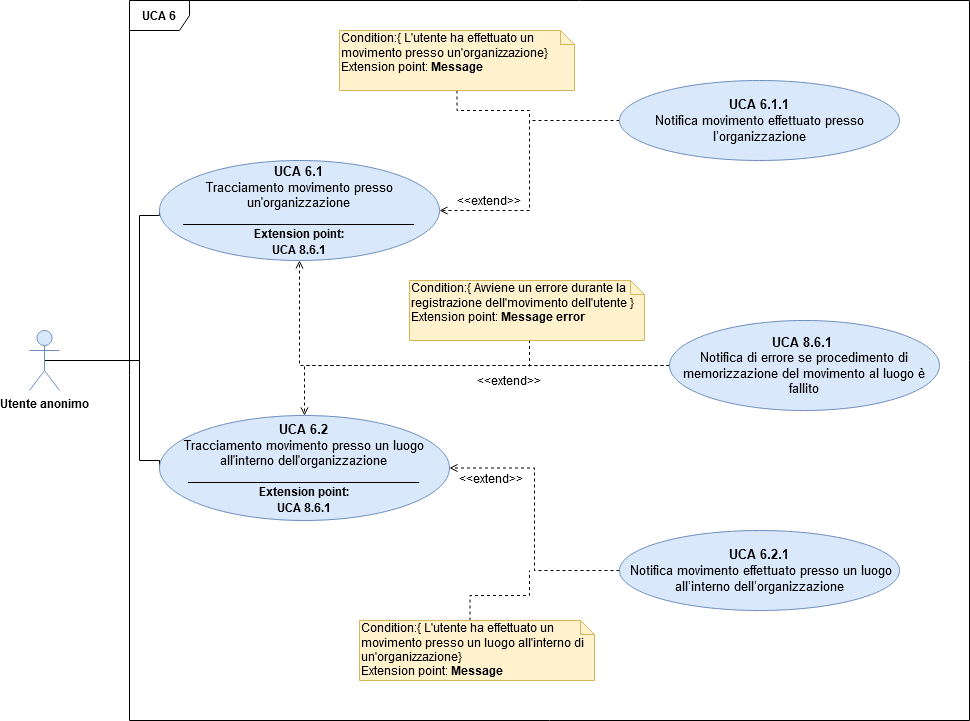
qb-team/Stalker-Documentazione keeps this draw.io diagram as DocumentazioneEsterna/AnalisiDeiRequisiti/Sezioni/UseCase/Immagini/UCA6.png. Above is the earlier version. Source tidied: cells renumbered, new cells last; positions are measured from the earlier drawing's top-left corner, leaving out a move shared by most shapes.
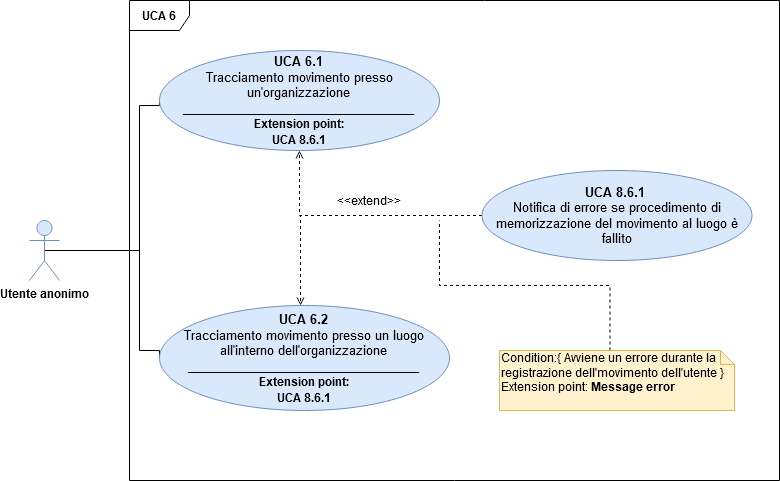
Above is the later version.

Diff of the diagram source:
```diff
@@ -3,87 +3,54 @@
     <mxCell id="0" />
     <mxCell id="1" parent="0" />
     <mxCell id="2" value="&lt;b&gt;UCA 6&lt;/b&gt;" style="shape=umlFrame;whiteSpace=wrap;html=1;" parent="1" vertex="1">
-      <mxGeometry x="100" width="840" height="720" as="geometry" />
+      <mxGeometry x="-990" y="160" width="650" height="480" as="geometry" />
     </mxCell>
     <mxCell id="3" style="edgeStyle=orthogonalEdgeStyle;rounded=0;jettySize=auto;html=1;exitX=0.5;exitY=0.5;exitDx=0;exitDy=0;exitPerimeter=0;entryX=0;entryY=0.5;entryDx=0;entryDy=0;endArrow=none;endFill=0;" parent="1" edge="1" source="5" target="12">
       <mxGeometry relative="1" as="geometry">
         <Array as="points">
-          <mxPoint x="110" y="360" />
-          <mxPoint x="110" y="215" />
+          <mxPoint x="-980" y="410" />
+          <mxPoint x="-980" y="265" />
         </Array>
       </mxGeometry>
     </mxCell>
     <mxCell id="4" style="edgeStyle=orthogonalEdgeStyle;rounded=0;jettySize=auto;html=1;exitX=0.5;exitY=0.5;exitDx=0;exitDy=0;exitPerimeter=0;entryX=0;entryY=0.5;entryDx=0;entryDy=0;endArrow=none;endFill=0;" parent="1" edge="1" source="5" target="13">
       <mxGeometry relative="1" as="geometry">
         <Array as="points">
-          <mxPoint x="110" y="360" />
-          <mxPoint x="110" y="460" />
+          <mxPoint x="-980" y="410" />
+          <mxPoint x="-980" y="510" />
         </Array>
       </mxGeometry>
     </mxCell>
     <mxCell id="5" value="&lt;b&gt;Utente anonimo&lt;br&gt;&lt;/b&gt;" style="shape=umlActor;verticalLabelPosition=bottom;labelBackgroundColor=#ffffff;verticalAlign=top;html=1;outlineConnect=0;fillColor=#dae8fc;strokeColor=#6c8ebf;" parent="1" vertex="1">
-      <mxGeometry y="330" width="30" height="60" as="geometry" />
+      <mxGeometry x="-1090" y="380" width="30" height="60" as="geometry" />
     </mxCell>
     <mxCell id="6" style="edgeStyle=orthogonalEdgeStyle;rounded=0;jettySize=auto;html=1;exitX=0;exitY=0.5;exitDx=0;exitDy=0;entryX=0.5;entryY=1;entryDx=0;entryDy=0;endArrow=open;endFill=0;dashed=1;" parent="1" edge="1" source="8" target="12">
       <mxGeometry relative="1" as="geometry" />
     </mxCell>
-    <mxCell id="7" style="edgeStyle=orthogonalEdgeStyle;rounded=0;jettySize=auto;html=1;exitX=0;exitY=0.5;exitDx=0;exitDy=0;entryX=0.5;entryY=0;entryDx=0;entryDy=0;dashed=1;endArrow=open;endFill=0;" parent="1" edge="1" source="8" target="13">
-      <mxGeometry relative="1" as="geometry" />
+    <mxCell id="7" style="edgeStyle=orthogonalEdgeStyle;rounded=0;jettySize=auto;html=1;exitX=0;exitY=0.5;exitDx=0;exitDy=0;entryX=0.5;entryY=0;entryDx=0;entryDy=0;dashed=1;endArrow=open;endFill=0;" parent="1" edge="1" source="8">
+      <mxGeometry relative="1" as="geometry">
+        <mxPoint x="-819" y="465" as="targetPoint" />
+      </mxGeometry>
     </mxCell>
     <mxCell id="8" value="&lt;font style=&quot;font-size: 13px&quot;&gt;&lt;b&gt;UCA 8.6.1&amp;nbsp;&lt;/b&gt;&lt;br&gt;Notifica di errore se procedimento di memorizzazione del movimento al luogo è fallito&lt;/font&gt;" style="ellipse;whiteSpace=wrap;html=1;fillColor=#dae8fc;strokeColor=#6c8ebf;" parent="1" vertex="1">
-      <mxGeometry x="640" y="320" width="270" height="90" as="geometry" />
+      <mxGeometry x="-637.5" y="330" width="270" height="90" as="geometry" />
     </mxCell>
-    <mxCell id="9" style="edgeStyle=orthogonalEdgeStyle;rounded=0;orthogonalLoop=1;jettySize=auto;html=1;exitX=0.5;exitY=1;exitDx=0;exitDy=0;exitPerimeter=0;dashed=1;endArrow=none;endFill=0;" parent="1" edge="1">
-      <mxGeometry relative="1" as="geometry">
-        <mxPoint x="497.5" y="336" as="sourcePoint" />
-        <mxPoint x="500" y="366" as="targetPoint" />
-      </mxGeometry>
-    </mxCell>
+    <mxCell id="24" style="edgeStyle=orthogonalEdgeStyle;rounded=0;jettySize=auto;html=1;exitX=0;exitY=0;exitDx=110.5;exitDy=0;exitPerimeter=0;endArrow=none;endFill=0;dashed=1;" parent="1" edge="1" source="10">
+      <mxGeometry relative="1" as="geometry">
+        <mxPoint x="-680" y="380" as="targetPoint" />
+      </mxGeometry>
+    </mxCell>
     <mxCell id="10" value="Condition:{&amp;nbsp;Avviene un errore durante la registrazione dell'movimento dell'utente }&lt;br&gt;Extension point: &lt;b&gt;Message error&lt;/b&gt;" style="shape=note;whiteSpace=wrap;html=1;size=14;verticalAlign=top;align=left;spacingTop=-6;fillColor=#fff2cc;strokeColor=#d6b656;" parent="1" vertex="1">
-      <mxGeometry x="380" y="280" width="235" height="60" as="geometry" />
+      <mxGeometry x="-620" y="510" width="235" height="60" as="geometry" />
     </mxCell>
     <mxCell id="11" value="&amp;lt;&amp;lt;extend&amp;gt;&amp;gt;" style="text;html=1;strokeColor=none;fillColor=none;align=center;verticalAlign=middle;whiteSpace=wrap;rounded=0;direction=south;" parent="1" vertex="1">
-      <mxGeometry x="470" y="360" width="20" height="40" as="geometry" />
+      <mxGeometry x="-760" y="340" width="20" height="40" as="geometry" />
     </mxCell>
     <mxCell id="12" value="&lt;font style=&quot;font-size: 13px&quot;&gt;&lt;b&gt;UCA 6.1&lt;/b&gt;&lt;br&gt;&lt;/font&gt;&lt;div&gt;&lt;font style=&quot;font-size: 13px&quot;&gt;&lt;span style=&quot;color: rgb(0 , 0 , 0)&quot;&gt;Tracciamento movimento presso un'organizzazione&lt;/span&gt;&lt;/font&gt;&lt;br&gt;&lt;font style=&quot;font-size: 13px&quot;&gt;&lt;span style=&quot;color: rgb(0 , 0 , 0)&quot;&gt;&lt;font style=&quot;font-size: 12px&quot;&gt;&lt;b&gt;_________________________________&lt;/b&gt;&lt;b&gt;&lt;br&gt;Extension point:&lt;br&gt;UCA 8.6.1&lt;/b&gt;&lt;/font&gt;&lt;/span&gt;&lt;/font&gt;&lt;/div&gt;" style="ellipse;whiteSpace=wrap;html=1;fillColor=#dae8fc;strokeColor=#6c8ebf;" parent="1" vertex="1">
-      <mxGeometry x="130" y="160" width="280" height="100" as="geometry" />
+      <mxGeometry x="-960" y="210" width="280" height="100" as="geometry" />
     </mxCell>
     <mxCell id="13" value="&lt;font style=&quot;font-size: 13px&quot;&gt;&lt;b&gt;UCA 6.2&lt;/b&gt;&lt;br&gt;&lt;/font&gt;&lt;font style=&quot;font-size: 13px&quot;&gt;&lt;span style=&quot;color: #000000&quot;&gt;Tracciamento movimento presso un luogo all'interno dell'organizzazione&lt;/span&gt;&lt;/font&gt;&lt;font style=&quot;font-size: 13px&quot;&gt;&lt;span style=&quot;color: rgb(0 , 0 , 0)&quot;&gt;&lt;/span&gt;&lt;/font&gt;&lt;br&gt;&lt;font style=&quot;font-size: 13px&quot;&gt;&lt;span style=&quot;color: rgb(0 , 0 , 0)&quot;&gt;&lt;font style=&quot;font-size: 12px&quot;&gt;&lt;b&gt;_________________________________&lt;/b&gt;&lt;b&gt;&lt;br&gt;Extension point:&lt;br&gt;UCA 8.6.1&lt;/b&gt;&lt;/font&gt;&lt;/span&gt;&lt;/font&gt;" style="ellipse;whiteSpace=wrap;html=1;fillColor=#dae8fc;strokeColor=#6c8ebf;" parent="1" vertex="1">
-      <mxGeometry x="130" y="415" width="290" height="105" as="geometry" />
+      <mxGeometry x="-960" y="465" width="290" height="105" as="geometry" />
     </mxCell>
-    <mxCell id="14" style="edgeStyle=orthogonalEdgeStyle;rounded=0;jettySize=auto;html=1;exitX=0;exitY=0.5;exitDx=0;exitDy=0;entryX=1;entryY=0.5;entryDx=0;entryDy=0;dashed=1;endArrow=open;endFill=0;" parent="1" edge="1" source="15" target="12">
-      <mxGeometry relative="1" as="geometry" />
-    </mxCell>
-    <mxCell id="15" value="&lt;font style=&quot;font-size: 13px&quot;&gt;&lt;b&gt;UCA 6.1.1&lt;/b&gt;&lt;br&gt;&lt;/font&gt;&lt;font style=&quot;font-size: 13px&quot;&gt;&lt;span style=&quot;color: rgb(0 , 0 , 0)&quot;&gt;Notifica movimento effettuato presso l’organizzazione&lt;/span&gt;&lt;/font&gt;" style="ellipse;whiteSpace=wrap;html=1;fillColor=#dae8fc;strokeColor=#6c8ebf;" parent="1" vertex="1">
-      <mxGeometry x="590" y="80" width="280" height="80" as="geometry" />
-    </mxCell>
-    <mxCell id="16" style="edgeStyle=orthogonalEdgeStyle;rounded=0;jettySize=auto;html=1;exitX=0;exitY=0.5;exitDx=0;exitDy=0;entryX=1;entryY=0.5;entryDx=0;entryDy=0;dashed=1;endArrow=open;endFill=0;" parent="1" edge="1" source="17" target="13">
-      <mxGeometry relative="1" as="geometry" />
-    </mxCell>
-    <mxCell id="17" value="&lt;font style=&quot;font-size: 13px&quot;&gt;&lt;b&gt;UCA 6.2.1&lt;/b&gt;&lt;br&gt;&lt;/font&gt;&lt;font style=&quot;font-size: 13px&quot;&gt;&lt;span style=&quot;color: rgb(0 , 0 , 0)&quot;&gt;&amp;nbsp;Notifica movimento effettuato presso un luogo all’interno dell’organizzazione&lt;/span&gt;&lt;/font&gt;" style="ellipse;whiteSpace=wrap;html=1;fillColor=#dae8fc;strokeColor=#6c8ebf;" parent="1" vertex="1">
-      <mxGeometry x="590" y="530" width="280" height="80" as="geometry" />
-    </mxCell>
-    <mxCell id="18" value="&amp;lt;&amp;lt;extend&amp;gt;&amp;gt;" style="text;html=1;strokeColor=none;fillColor=none;align=center;verticalAlign=middle;whiteSpace=wrap;rounded=0;direction=south;" parent="1" vertex="1">
-      <mxGeometry x="452" y="458" width="20" height="40" as="geometry" />
-    </mxCell>
-    <mxCell id="19" value="&amp;lt;&amp;lt;extend&amp;gt;&amp;gt;" style="text;html=1;strokeColor=none;fillColor=none;align=center;verticalAlign=middle;whiteSpace=wrap;rounded=0;direction=south;" parent="1" vertex="1">
-      <mxGeometry x="450" y="180" width="20" height="40" as="geometry" />
-    </mxCell>
-    <mxCell id="20" style="edgeStyle=orthogonalEdgeStyle;rounded=0;jettySize=auto;html=1;exitX=0.5;exitY=1;exitDx=0;exitDy=0;exitPerimeter=0;dashed=1;endArrow=none;endFill=0;" parent="1" edge="1" source="21">
-      <mxGeometry relative="1" as="geometry">
-        <mxPoint x="500" y="120" as="targetPoint" />
-      </mxGeometry>
-    </mxCell>
-    <mxCell id="21" value="Condition:{ L'utente ha effettuato un movimento presso un'organizzazione}&lt;br&gt;Extension point: &lt;b&gt;Message&lt;br&gt;&lt;/b&gt;" style="shape=note;whiteSpace=wrap;html=1;size=14;verticalAlign=top;align=left;spacingTop=-6;fillColor=#fff2cc;strokeColor=#d6b656;" parent="1" vertex="1">
-      <mxGeometry x="310" y="30" width="235" height="60" as="geometry" />
-    </mxCell>
-    <mxCell id="22" style="edgeStyle=orthogonalEdgeStyle;rounded=0;jettySize=auto;html=1;exitX=0;exitY=0;exitDx=110.5;exitDy=0;exitPerimeter=0;dashed=1;endArrow=none;endFill=0;" parent="1" edge="1" source="23">
-      <mxGeometry relative="1" as="geometry">
-        <mxPoint x="500" y="570" as="targetPoint" />
-      </mxGeometry>
-    </mxCell>
-    <mxCell id="23" value="Condition:{ L'utente ha effettuato un movimento presso un luogo all'interno di un'organizzazione}&lt;br&gt;Extension point: &lt;b&gt;Message&lt;/b&gt;" style="shape=note;whiteSpace=wrap;html=1;size=14;verticalAlign=top;align=left;spacingTop=-6;fillColor=#fff2cc;strokeColor=#d6b656;" parent="1" vertex="1">
-      <mxGeometry x="330" y="620" width="235" height="60" as="geometry" />
-    </mxCell>
   </root>
 </mxGraphModel>
```
